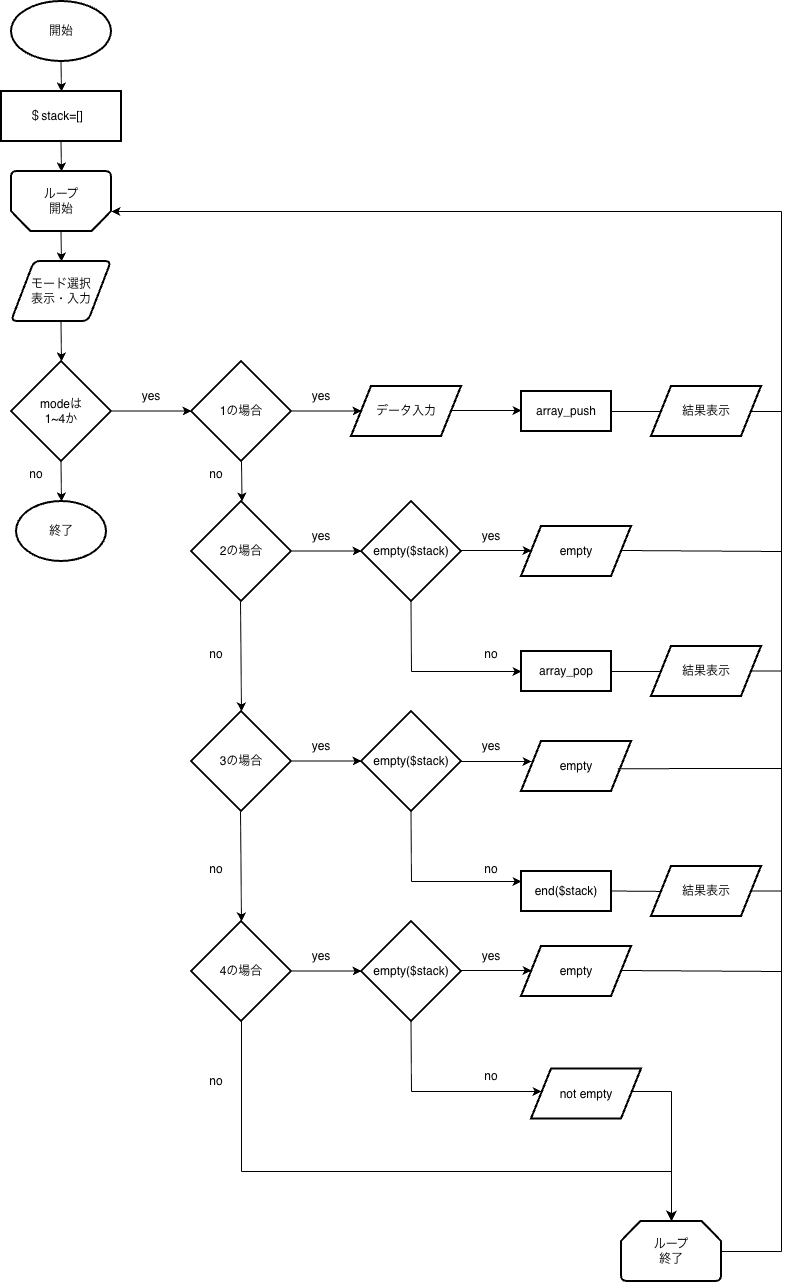
Above: 5-7/lesson01.png in namp7119/php-kiso (draw.io), before the change. Source tidied: cells renumbered, new cells last; positions are measured from the earlier drawing's top-left corner, leaving out a move shared by most shapes.
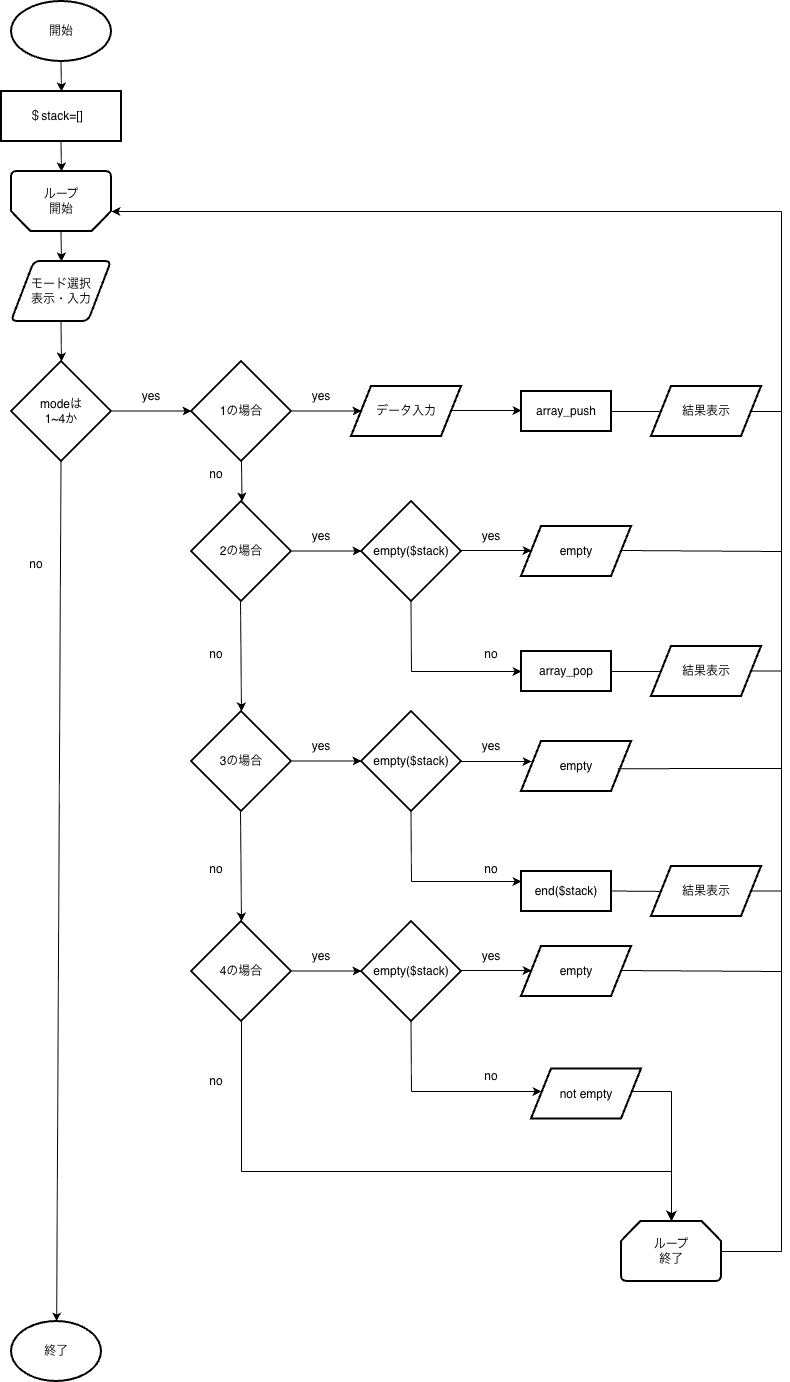
After the commit.

Change to the diagram source:
```diff
@@ -33,7 +33,7 @@
       <mxGeometry x="520" y="390" width="90" height="40" as="geometry" />
     </mxCell>
     <mxCell id="6" value="no" style="text;html=1;whiteSpace=wrap;strokeColor=none;fillColor=none;align=center;verticalAlign=middle;rounded=0;" parent="1" vertex="1">
-      <mxGeometry x="10" y="460" width="50" height="25" as="geometry" />
+      <mxGeometry x="10" y="550" width="50" height="25" as="geometry" />
     </mxCell>
     <mxCell id="7" style="endArrow=classic;html=1;rounded=0;entryX=0;entryY=0.5;entryDx=0;entryDy=0;" parent="1" edge="1">
       <mxGeometry relative="1" as="geometry">
@@ -111,12 +111,11 @@
       <mxGeometry x="10" y="360" width="100" height="100" as="geometry" />
     </mxCell>
     <mxCell id="24" value="終了" style="strokeWidth=2;html=1;shape=mxgraph.flowchart.start_1;whiteSpace=wrap;" parent="1" vertex="1">
-      <mxGeometry x="15" y="500" width="90" height="60" as="geometry" />
+      <mxGeometry x="10" y="1320" width="90" height="60" as="geometry" />
     </mxCell>
-    <mxCell id="25" style="endArrow=classic;html=1;rounded=0;" parent="1" edge="1">
+    <mxCell id="25" style="endArrow=classic;html=1;rounded=0;" parent="1" edge="1" target="24">
       <mxGeometry relative="1" as="geometry">
         <mxPoint x="59.5" y="460" as="sourcePoint" />
-        <mxPoint x="60" y="500" as="targetPoint" />
         <Array as="points">
           <mxPoint x="59.5" y="460" />
         </Array>
```
